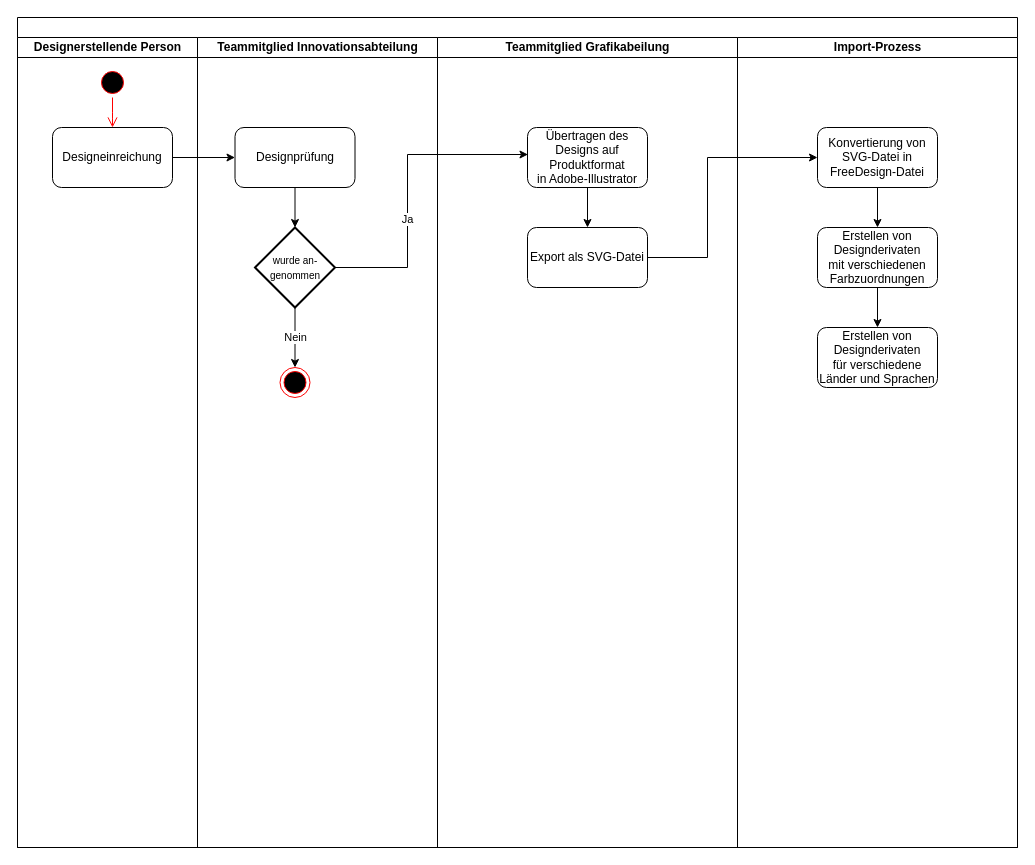
Before: Arbeit/diagrams/Freedesign-Bestellvorgang.drawio in albreax/Diplomarbeit, a draw.io diagram. Source tidied: cells renumbered, new cells numbered last; positions are measured from the earlier drawing's top-left corner, leaving out a move shared by most shapes. Both pictures are drawn from the tidied source at 100%, with x=0, y=0 at pixel (17, 17).
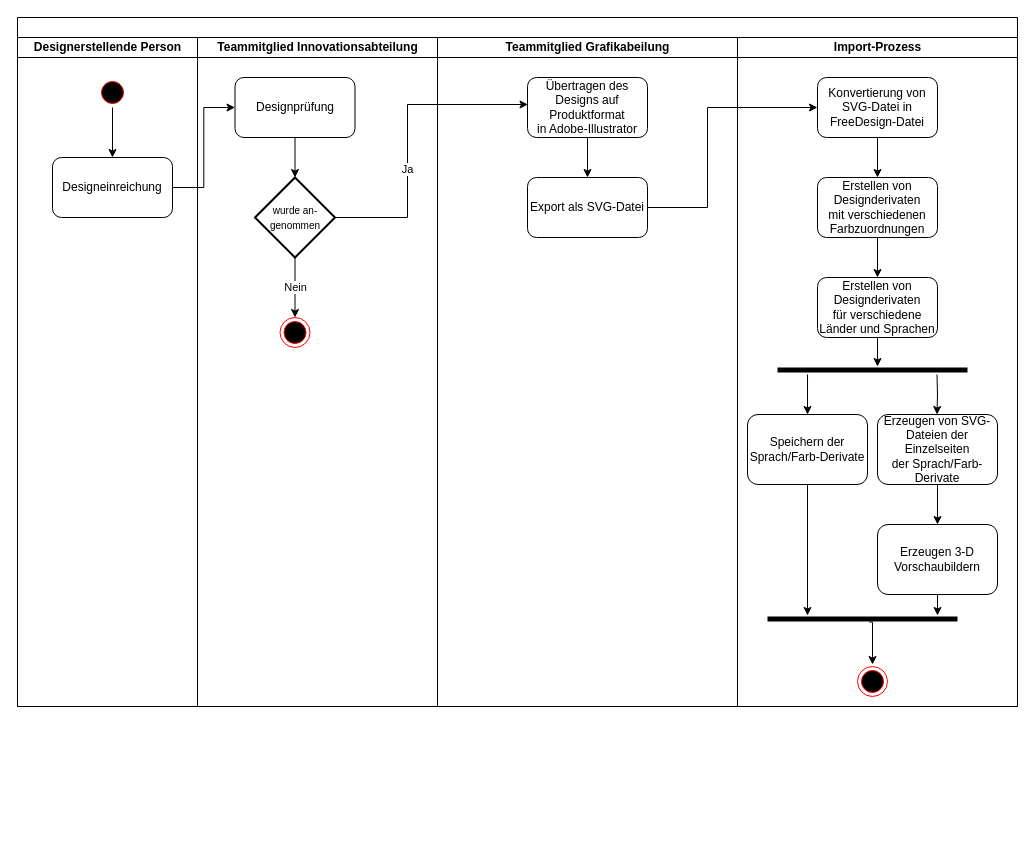
The same diagram, later.

What changed in the source:
```diff
@@
     <mxCell id="2" style="swimlane;html=1;startSize=20;" parent="1" vertex="1">
-      <mxGeometry width="1000" height="830" as="geometry" />
+      <mxGeometry width="1000" height="689" as="geometry" />
     </mxCell>
     <mxCell id="3" value="Designerstellende Person" style="swimlane;html=1;startSize=20;" parent="2" vertex="1">
-      <mxGeometry y="20" width="180" height="810" as="geometry" />
+      <mxGeometry y="20" width="180" height="669" as="geometry" />
     </mxCell>
     <mxCell id="4" style="ellipse;html=1;shape=startState;fillColor=#000000;strokeColor=#ff0000;" parent="3" vertex="1">
-      <mxGeometry x="80" y="30" width="30" height="30" as="geometry" />
+      <mxGeometry x="80" y="40" width="30" height="30" as="geometry" />
     </mxCell>
-    <mxCell id="5" style="edgeStyle=orthogonalEdgeStyle;html=1;verticalAlign=bottom;endArrow=open;endSize=8;strokeColor=#ff0000;" parent="3" edge="1" source="4">
-      <mxGeometry relative="1" as="geometry">
-        <mxPoint x="95" y="90" as="targetPoint" />
-      </mxGeometry>
-    </mxCell>
     <mxCell id="6" value="&lt;span&gt;Designeinreichung&lt;/span&gt;" style="rounded=1;whiteSpace=wrap;html=1;" parent="3" vertex="1">
-      <mxGeometry x="35" y="90" width="120" height="60" as="geometry" />
+      <mxGeometry x="35" y="120" width="120" height="60" as="geometry" />
     </mxCell>
+    <mxCell id="26" style="endArrow=classic;html=1;shadow=0;fillColor=#000000;exitX=0.5;exitY=1;exitDx=0;exitDy=0;entryX=0.5;entryY=0;entryDx=0;entryDy=0;" parent="3" edge="1" source="4" target="6">
+      <mxGeometry relative="1" as="geometry" />
+    </mxCell>
     <mxCell id="7" value="Teammitglied Innovationsabteilung" style="swimlane;html=1;startSize=20;" parent="2" vertex="1">
-      <mxGeometry x="180" y="20" width="240" height="810" as="geometry" />
+      <mxGeometry x="180" y="20" width="240" height="669" as="geometry" />
     </mxCell>
     <mxCell id="8" style="ellipse;html=1;shape=endState;fillColor=#000000;strokeColor=#ff0000;" parent="7" vertex="1">
-      <mxGeometry x="82.5" y="330" width="30" height="30" as="geometry" />
+      <mxGeometry x="82.5" y="280" width="30" height="30" as="geometry" />
     </mxCell>
     <mxCell id="9" value="&lt;span&gt;Designprüfung&lt;/span&gt;" style="rounded=1;whiteSpace=wrap;html=1;" parent="7" vertex="1">
-      <mxGeometry x="37.5" y="90" width="120" height="60" as="geometry" />
+      <mxGeometry x="37.5" y="40" width="120" height="60" as="geometry" />
     </mxCell>
     <mxCell id="10" value="&lt;font style=&quot;font-size: 10px&quot;&gt;wurde an-genommen&lt;/font&gt;" style="rhombus;whiteSpace=wrap;html=1;strokeWidth=2;" parent="7" vertex="1">
-      <mxGeometry x="57.5" y="190" width="80" height="80" as="geometry" />
+      <mxGeometry x="57.5" y="140" width="80" height="80" as="geometry" />
     </mxCell>
@@
     <mxCell id="13" value="Teammitglied&amp;nbsp;Grafikabeilung" style="swimlane;html=1;startSize=20;" parent="2" vertex="1">
-      <mxGeometry x="420" y="20" width="300" height="810" as="geometry" />
+      <mxGeometry x="420" y="20" width="300" height="669" as="geometry" />
     </mxCell>
@@
     <mxCell id="15" value="&lt;span&gt;Übertragen des Designs auf Produktformat&lt;/span&gt;&lt;br&gt;&lt;span&gt;in Adobe-Illustrator&lt;/span&gt;" style="rounded=1;whiteSpace=wrap;html=1;" parent="13" vertex="1">
-      <mxGeometry x="90" y="90" width="120" height="60" as="geometry" />
+      <mxGeometry x="90" y="40" width="120" height="60" as="geometry" />
     </mxCell>
     <mxCell id="16" value="Export als SVG-Datei" style="rounded=1;whiteSpace=wrap;html=1;" parent="13" vertex="1">
-      <mxGeometry x="90" y="190" width="120" height="60" as="geometry" />
+      <mxGeometry x="90" y="140" width="120" height="60" as="geometry" />
     </mxCell>
@@
+    <mxCell id="24" value="Ja" style="edgeStyle=orthogonalEdgeStyle;rounded=0;jettySize=auto;html=1;exitX=1;exitY=0.5;exitDx=0;exitDy=0;entryX=0.004;entryY=0.45;entryDx=0;entryDy=0;entryPerimeter=0;" parent="2" edge="1" source="10" target="15">
+      <mxGeometry x="-0.21" relative="1" as="geometry">
+        <Array as="points">
+          <mxPoint x="390" y="200" />
+          <mxPoint x="390" y="87" />
+        </Array>
+      </mxGeometry>
+    </mxCell>
+    <mxCell id="25" style="edgeStyle=orthogonalEdgeStyle;rounded=0;jettySize=auto;html=1;exitX=1;exitY=0.5;exitDx=0;exitDy=0;entryX=0;entryY=0.5;entryDx=0;entryDy=0;" parent="2" edge="1" source="16" target="23">
+      <mxGeometry relative="1" as="geometry">
+        <Array as="points">
+          <mxPoint x="690" y="190" />
+          <mxPoint x="690" y="90" />
+        </Array>
+      </mxGeometry>
+    </mxCell>
     <mxCell id="18" value="Import-Prozess" style="swimlane;html=1;startSize=20;" parent="2" vertex="1">
-      <mxGeometry x="720" y="20" width="280" height="810" as="geometry" />
+      <mxGeometry x="720" y="20" width="280" height="669" as="geometry" />
     </mxCell>
+    <mxCell id="27" style="edgeStyle=orthogonalEdgeStyle;rounded=0;jettySize=auto;html=1;exitX=0.5;exitY=1;exitDx=0;exitDy=0;shadow=0;fillColor=#000000;" parent="18" edge="1" source="19">
+      <mxGeometry relative="1" as="geometry">
+        <mxPoint x="140" y="329" as="targetPoint" />
+      </mxGeometry>
+    </mxCell>
     <mxCell id="19" value="Erstellen von Designderivaten&lt;br&gt;für verschiedene Länder und Sprachen" style="rounded=1;whiteSpace=wrap;html=1;" parent="18" vertex="1">
-      <mxGeometry x="80" y="290" width="120" height="60" as="geometry" />
+      <mxGeometry x="80" y="240" width="120" height="60" as="geometry" />
     </mxCell>
@@
     <mxCell id="21" value="Erstellen von Designderivaten&lt;br&gt;mit verschiedenen Farbzuordnungen" style="rounded=1;whiteSpace=wrap;html=1;" parent="18" vertex="1">
-      <mxGeometry x="80" y="190" width="120" height="60" as="geometry" />
+      <mxGeometry x="80" y="140" width="120" height="60" as="geometry" />
     </mxCell>
@@
     <mxCell id="23" value="Konvertierung von SVG-Datei in FreeDesign-Datei" style="rounded=1;whiteSpace=wrap;html=1;" parent="18" vertex="1">
-      <mxGeometry x="80" y="90" width="120" height="60" as="geometry" />
+      <mxGeometry x="80" y="40" width="120" height="60" as="geometry" />
     </mxCell>
-    <mxCell id="24" value="Ja" style="edgeStyle=orthogonalEdgeStyle;rounded=0;jettySize=auto;html=1;exitX=1;exitY=0.5;exitDx=0;exitDy=0;entryX=0.004;entryY=0.45;entryDx=0;entryDy=0;entryPerimeter=0;" parent="2" edge="1" source="10" target="15">
-      <mxGeometry x="-0.21" relative="1" as="geometry">
-        <Array as="points">
-          <mxPoint x="390" y="250" />
-          <mxPoint x="390" y="137" />
-        </Array>
-      </mxGeometry>
-    </mxCell>
-    <mxCell id="25" style="edgeStyle=orthogonalEdgeStyle;rounded=0;jettySize=auto;html=1;exitX=1;exitY=0.5;exitDx=0;exitDy=0;entryX=0;entryY=0.5;entryDx=0;entryDy=0;" parent="2" edge="1" source="16" target="23">
-      <mxGeometry relative="1" as="geometry">
-        <Array as="points">
-          <mxPoint x="690" y="240" />
-          <mxPoint x="690" y="140" />
-        </Array>
-      </mxGeometry>
-    </mxCell>
+    <mxCell id="28" style="edgeStyle=orthogonalEdgeStyle;rounded=0;jettySize=auto;html=1;exitX=0.5;exitY=0;exitDx=0;exitDy=0;entryX=0.158;entryY=1;entryDx=0;entryDy=0;entryPerimeter=0;shadow=0;fillColor=#000000;endArrow=none;endFill=0;startArrow=classic;startFill=1;" parent="18" edge="1" source="29" target="30">
+      <mxGeometry relative="1" as="geometry" />
+    </mxCell>
+    <mxCell id="29" value="Speichern der Sprach/Farb-Derivate" style="rounded=1;whiteSpace=wrap;html=1;" parent="18" vertex="1">
+      <mxGeometry x="10" y="377" width="120" height="70" as="geometry" />
+    </mxCell>
+    <mxCell id="30" style="line;strokeWidth=5;fillColor=none;align=left;verticalAlign=middle;spacingTop=-1;spacingLeft=3;spacingRight=3;labelPosition=right;points=[];portConstraint=eastwest;" parent="18" vertex="1">
+      <mxGeometry x="40" y="328" width="190" height="9" as="geometry" />
+    </mxCell>
+    <mxCell id="31" style="edgeStyle=orthogonalEdgeStyle;rounded=0;jettySize=auto;html=1;exitX=0.5;exitY=1;exitDx=0;exitDy=0;entryX=0.5;entryY=0;entryDx=0;entryDy=0;shadow=0;startArrow=none;startFill=0;endArrow=classic;endFill=1;fillColor=#000000;" parent="18" edge="1" source="32" target="36">
+      <mxGeometry relative="1" as="geometry" />
+    </mxCell>
+    <mxCell id="32" value="Erzeugen von SVG-Dateien der Einzelseiten der&amp;nbsp;Sprach/Farb-Derivate" style="rounded=1;whiteSpace=wrap;html=1;" parent="18" vertex="1">
+      <mxGeometry x="140" y="377" width="120" height="70" as="geometry" />
+    </mxCell>
+    <mxCell id="33" style="edgeStyle=orthogonalEdgeStyle;rounded=0;orthogonalLoop=1;jettySize=auto;html=1;exitX=0.5;exitY=0;exitDx=0;exitDy=0;entryX=0.158;entryY=1;entryDx=0;entryDy=0;entryPerimeter=0;shadow=0;fillColor=#000000;endArrow=none;endFill=0;startArrow=classic;startFill=1;" parent="18" edge="1">
+      <mxGeometry relative="1" as="geometry">
+        <mxPoint x="199.5" y="377" as="sourcePoint" />
+        <mxPoint x="199.5" y="337" as="targetPoint" />
+      </mxGeometry>
+    </mxCell>
+    <mxCell id="34" style="ellipse;html=1;shape=endState;fillColor=#000000;strokeColor=#ff0000;" parent="18" vertex="1">
+      <mxGeometry x="120" y="629" width="30" height="30" as="geometry" />
+    </mxCell>
+    <mxCell id="35" style="line;strokeWidth=5;fillColor=none;align=left;verticalAlign=middle;spacingTop=-1;spacingLeft=3;spacingRight=3;labelPosition=right;points=[];portConstraint=eastwest;" parent="18" vertex="1">
+      <mxGeometry x="30" y="577" width="190" height="9" as="geometry" />
+    </mxCell>
+    <mxCell id="36" value="Erzeugen 3-D Vorschaubildern" style="rounded=1;whiteSpace=wrap;html=1;" parent="18" vertex="1">
+      <mxGeometry x="140" y="487" width="120" height="70" as="geometry" />
+    </mxCell>
+    <mxCell id="37" style="edgeStyle=orthogonalEdgeStyle;rounded=0;jettySize=auto;html=1;exitX=0.536;exitY=0.844;exitDx=0;exitDy=0;shadow=0;startArrow=none;startFill=0;endArrow=classic;endFill=1;fillColor=#000000;exitPerimeter=0;" parent="18" edge="1" source="35">
+      <mxGeometry relative="1" as="geometry">
+        <mxPoint x="135" y="627" as="targetPoint" />
+        <Array as="points">
+          <mxPoint x="135" y="585" />
+        </Array>
+      </mxGeometry>
+    </mxCell>
+    <mxCell id="38" style="edgeStyle=orthogonalEdgeStyle;rounded=0;jettySize=auto;html=1;exitX=0.5;exitY=1;exitDx=0;exitDy=0;shadow=0;startArrow=none;startFill=0;endArrow=classic;endFill=1;fillColor=#000000;" parent="1" edge="1" source="29">
+      <mxGeometry relative="1" as="geometry">
+        <mxPoint x="790" y="598" as="targetPoint" />
+      </mxGeometry>
+    </mxCell>
+    <mxCell id="39" style="edgeStyle=orthogonalEdgeStyle;rounded=0;jettySize=auto;html=1;exitX=0.5;exitY=1;exitDx=0;exitDy=0;shadow=0;startArrow=none;startFill=0;endArrow=classic;endFill=1;fillColor=#000000;" parent="1" edge="1" source="36">
+      <mxGeometry relative="1" as="geometry">
+        <mxPoint x="920" y="598" as="targetPoint" />
+      </mxGeometry>
+    </mxCell>
```
